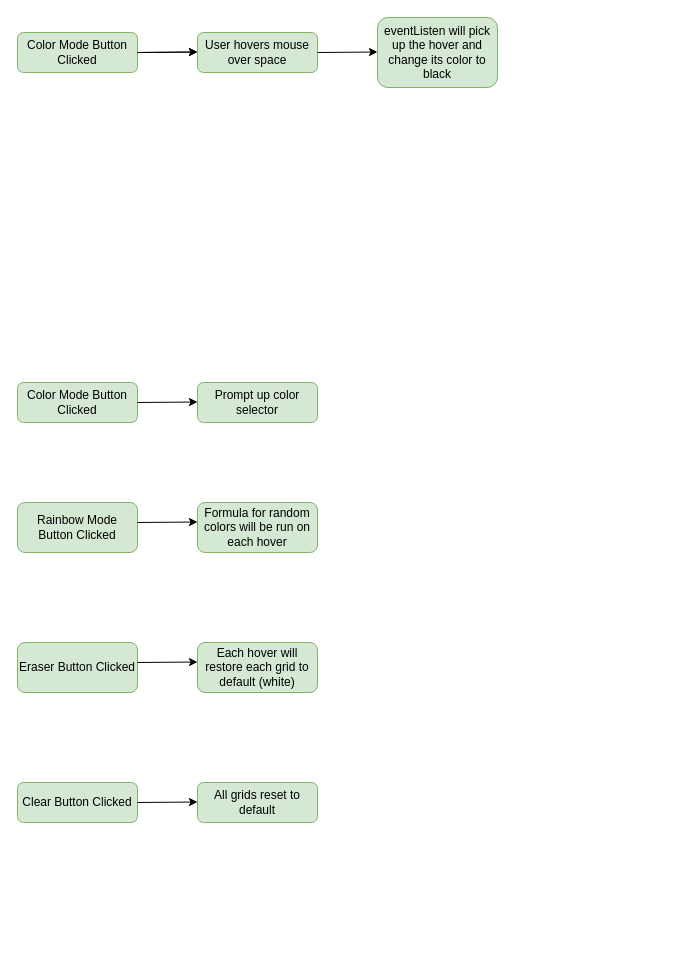
This is Etch a Sketch FlowChart.drawio from xyzuka/Etch-a-Sketch, a draw.io file, before an edit. Source tidied: cells renumbered, new cells numbered last; positions are measured from the earlier drawing's top-left corner, leaving out a move shared by most shapes. Both pictures are drawn from the tidied source at 100%, with x=0, y=0 at pixel (17, 17).
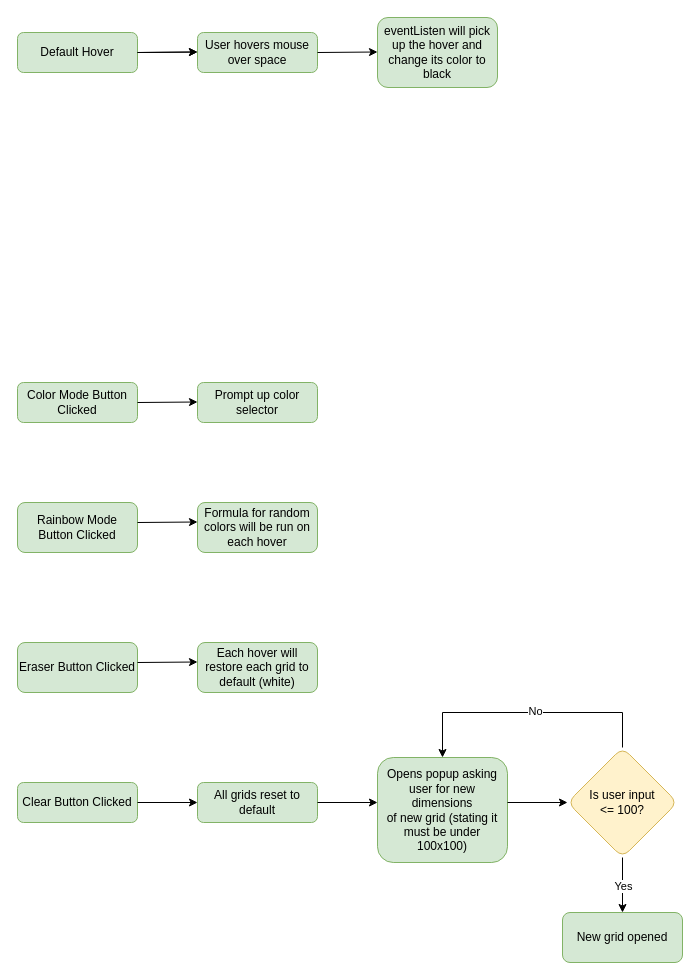
Above is the later version.

The change refers to these unchanged cells:
```xml
<mxCell id="13" value="All grids reset to default" style="rounded=1;whiteSpace=wrap;html=1;fillColor=#d5e8d4;strokeColor=#82b366;" parent="1" vertex="1">
  <mxGeometry x="180" y="765" width="120" height="40" as="geometry" />
</mxCell>
```

The edit, as a diff of the source:
```diff
@@
-    <mxCell id="12" style="endArrow=classic;html=1;rounded=0;shadow=0;" parent="1" edge="1">
+    <mxCell id="12" style="endArrow=classic;html=1;rounded=0;shadow=0;entryX=0;entryY=0.5;entryDx=0;entryDy=0;" parent="1" edge="1" target="13">
       <mxGeometry relative="1" as="geometry">
         <mxPoint x="120" y="785" as="sourcePoint" />
-        <mxPoint x="180" y="784.5" as="targetPoint" />
       </mxGeometry>
     </mxCell>
@@
-    <mxCell id="14" value="&lt;div&gt;Color Mode Button Clicked&lt;/div&gt;" style="rounded=1;whiteSpace=wrap;html=1;fillColor=#d5e8d4;strokeColor=#82b366;" parent="1" vertex="1">
+    <mxCell id="14" value="Default Hover" style="rounded=1;whiteSpace=wrap;html=1;fillColor=#d5e8d4;strokeColor=#82b366;" parent="1" vertex="1">
       <mxGeometry y="15" width="120" height="40" as="geometry" />
     </mxCell>
@@
+    <mxCell id="20" style="endArrow=classic;html=1;rounded=0;shadow=0;" parent="1" edge="1">
+      <mxGeometry relative="1" as="geometry">
+        <mxPoint x="300" y="785" as="sourcePoint" />
+        <mxPoint x="360" y="785" as="targetPoint" />
+      </mxGeometry>
+    </mxCell>
+    <mxCell id="21" value="&lt;div&gt;Opens popup asking user for new dimensions &lt;br&gt;&lt;/div&gt;&lt;div&gt;of new grid (stating it must be under 100x100)&lt;br&gt;&lt;/div&gt;" style="rounded=1;whiteSpace=wrap;html=1;fillColor=#d5e8d4;strokeColor=#82b366;" parent="1" vertex="1">
+      <mxGeometry x="360" y="740" width="130" height="105" as="geometry" />
+    </mxCell>
+    <mxCell id="22" style="endArrow=classic;html=1;rounded=0;shadow=0;entryX=0;entryY=0.5;entryDx=0;entryDy=0;" parent="1" edge="1">
+      <mxGeometry relative="1" as="geometry">
+        <mxPoint x="490" y="785" as="sourcePoint" />
+        <mxPoint x="550" y="785" as="targetPoint" />
+      </mxGeometry>
+    </mxCell>
+    <mxCell id="23" value="&lt;div&gt;Is user input &lt;br&gt;&lt;/div&gt;&lt;div&gt;&amp;lt;= 100?&lt;br&gt;&lt;/div&gt;" style="rhombus;whiteSpace=wrap;html=1;rounded=1;fillColor=#fff2cc;strokeColor=#d6b656;" parent="1" vertex="1">
+      <mxGeometry x="550" y="730" width="110" height="110" as="geometry" />
+    </mxCell>
+    <mxCell id="24" style="endArrow=classic;html=1;rounded=0;shadow=0;exitX=0.5;exitY=1;exitDx=0;exitDy=0;" parent="1" edge="1" source="23">
+      <mxGeometry relative="1" as="geometry">
+        <mxPoint x="605" y="895" as="targetPoint" />
+      </mxGeometry>
+    </mxCell>
+    <mxCell id="25" value="Yes" style="edgeLabel;html=1;align=center;verticalAlign=middle;rounded=1;" parent="24" vertex="1">
+      <mxGeometry relative="1" as="geometry" />
+    </mxCell>
+    <mxCell id="26" style="edgeStyle=segmentEdgeStyle;endArrow=classic;html=1;rounded=0;shadow=0;exitX=0.5;exitY=0;exitDx=0;exitDy=0;entryX=0.5;entryY=0;entryDx=0;entryDy=0;" parent="1" edge="1" source="23" target="21">
+      <mxGeometry relative="1" as="geometry">
+        <Array as="points">
+          <mxPoint x="605" y="695" />
+          <mxPoint x="425" y="695" />
+        </Array>
+      </mxGeometry>
+    </mxCell>
+    <mxCell id="27" value="No" style="edgeLabel;html=1;align=center;verticalAlign=middle;rounded=1;" parent="1" vertex="1">
+      <mxGeometry x="630" y="878" as="geometry">
+        <mxPoint x="-113" y="-185" as="offset" />
+      </mxGeometry>
+    </mxCell>
+    <mxCell id="28" value="New grid opened" style="rounded=1;whiteSpace=wrap;html=1;fillColor=#d5e8d4;strokeColor=#82b366;" parent="1" vertex="1">
+      <mxGeometry x="545" y="895" width="120" height="50" as="geometry" />
+    </mxCell>
```
